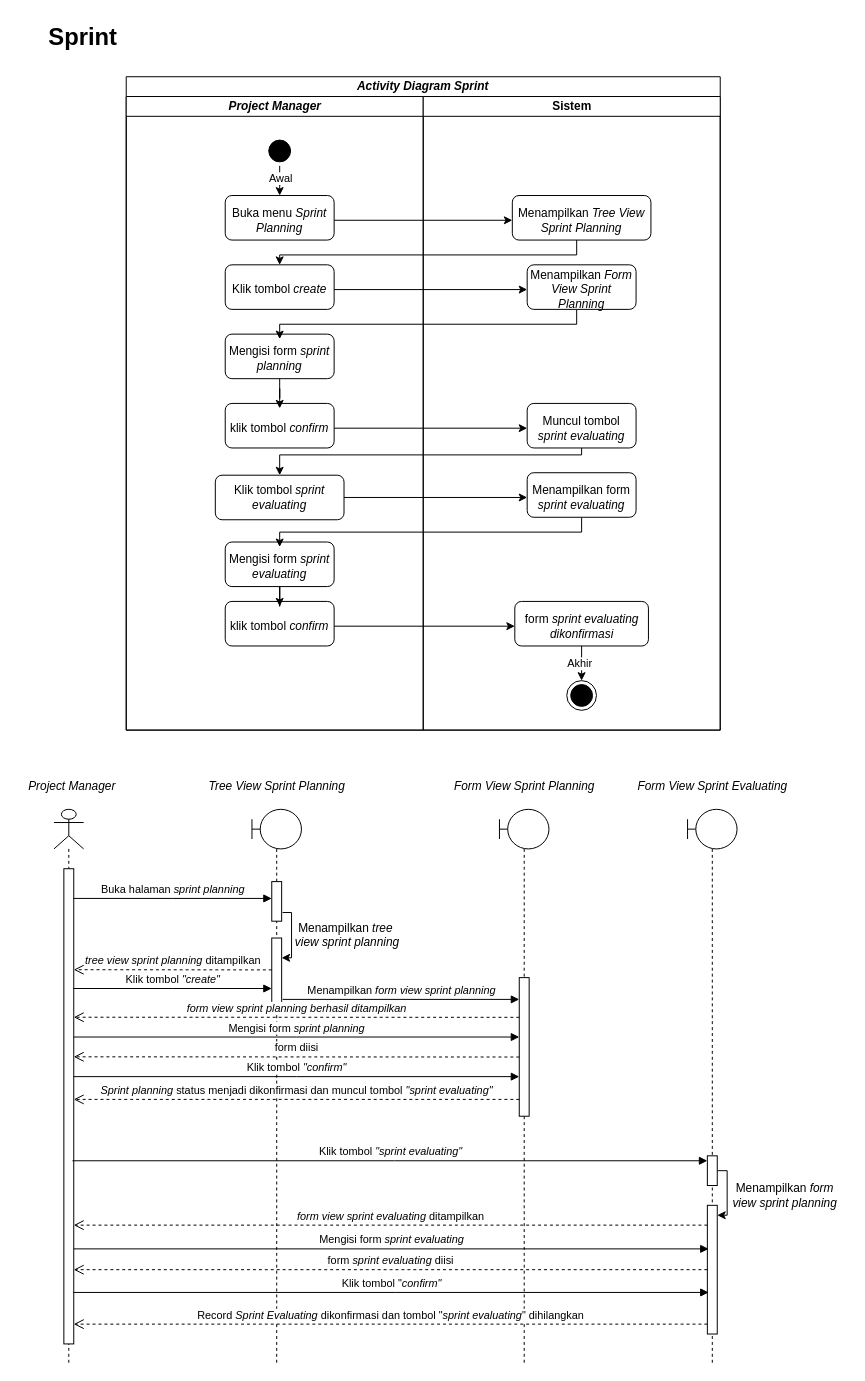
This is page "Halaman-4" (4 of 15) of Diagram Tanpa Judul.drawio from raldawiyahh/alda-resolusi, a draw.io file, before an edit. Source tidied: cells renumbered, new cells numbered last; positions are measured from the earlier drawing's top-left corner, leaving out a move shared by most shapes. Both pictures are drawn from the tidied source at 99%, with x=0, y=0 at pixel (17, 17).
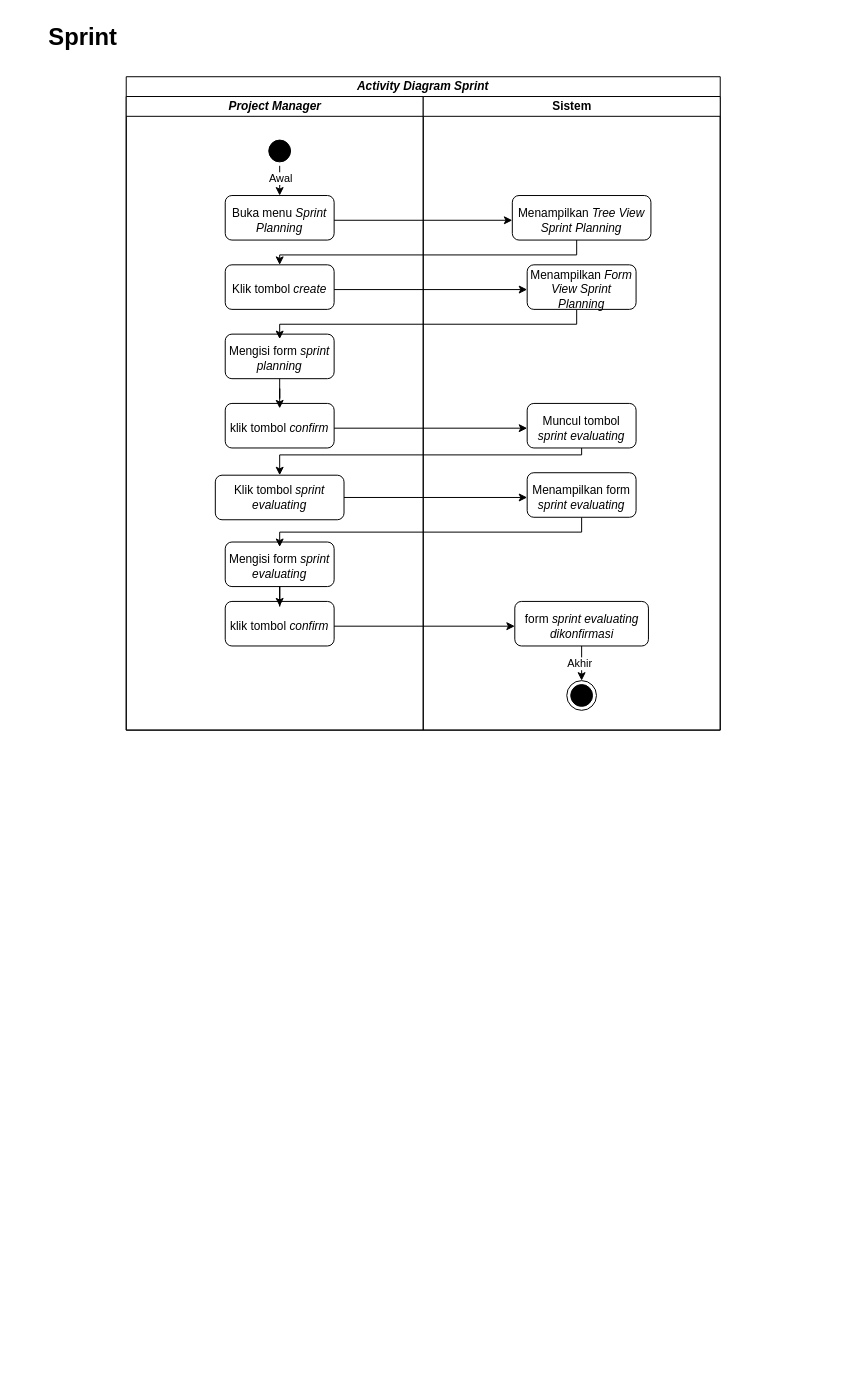
Above is the later version.

Diff of the diagram source:
```diff
@@
-    <mxCell id="58" style="shape=umlLifeline;perimeter=lifelinePerimeter;whiteSpace=wrap;html=1;newEdgeStyle={&quot;edgeStyle&quot;:&quot;elbowEdgeStyle&quot;,&quot;elbow&quot;:&quot;vertical&quot;,&quot;curved&quot;:0,&quot;rounded&quot;:0};participant=umlActor;" parent="1" vertex="1">
-      <mxGeometry x="37" y="800" width="30" height="560" as="geometry" />
-    </mxCell>
-    <mxCell id="59" style="html=1;points=[];perimeter=orthogonalPerimeter;outlineConnect=0;targetShapes=umlLifeline;portConstraint=eastwest;newEdgeStyle={&quot;edgeStyle&quot;:&quot;elbowEdgeStyle&quot;,&quot;elbow&quot;:&quot;vertical&quot;,&quot;curved&quot;:0,&quot;rounded&quot;:0};" parent="58" vertex="1">
-      <mxGeometry x="10" y="60" width="10" height="480" as="geometry" />
-    </mxCell>
-    <mxCell id="60" style="shape=umlLifeline;perimeter=lifelinePerimeter;whiteSpace=wrap;html=1;newEdgeStyle={&quot;edgeStyle&quot;:&quot;elbowEdgeStyle&quot;,&quot;elbow&quot;:&quot;vertical&quot;,&quot;curved&quot;:0,&quot;rounded&quot;:0};participant=umlBoundary;" parent="1" vertex="1">
-      <mxGeometry x="237" y="800" width="50" height="560" as="geometry" />
-    </mxCell>
-    <mxCell id="61" style="edgeStyle=elbowEdgeStyle;rounded=0;jettySize=auto;html=1;elbow=vertical;curved=0;exitX=1.094;exitY=0.781;exitDx=0;exitDy=0;exitPerimeter=0;" parent="60" edge="1" source="62" target="63">
-      <mxGeometry relative="1" as="geometry">
-        <Array as="points">
-          <mxPoint x="40" y="150" />
-          <mxPoint x="50" y="180" />
-          <mxPoint x="50" y="120" />
-        </Array>
-      </mxGeometry>
-    </mxCell>
-    <mxCell id="62" style="html=1;points=[];perimeter=orthogonalPerimeter;outlineConnect=0;targetShapes=umlLifeline;portConstraint=eastwest;newEdgeStyle={&quot;edgeStyle&quot;:&quot;elbowEdgeStyle&quot;,&quot;elbow&quot;:&quot;vertical&quot;,&quot;curved&quot;:0,&quot;rounded&quot;:0};" parent="60" vertex="1">
-      <mxGeometry x="20" y="73" width="10" height="40" as="geometry" />
-    </mxCell>
-    <mxCell id="63" style="html=1;points=[];perimeter=orthogonalPerimeter;outlineConnect=0;targetShapes=umlLifeline;portConstraint=eastwest;newEdgeStyle={&quot;edgeStyle&quot;:&quot;elbowEdgeStyle&quot;,&quot;elbow&quot;:&quot;vertical&quot;,&quot;curved&quot;:0,&quot;rounded&quot;:0};" parent="60" vertex="1">
-      <mxGeometry x="20" y="130" width="10" height="70" as="geometry" />
-    </mxCell>
-    <mxCell id="64" style="shape=umlLifeline;perimeter=lifelinePerimeter;whiteSpace=wrap;html=1;newEdgeStyle={&quot;edgeStyle&quot;:&quot;elbowEdgeStyle&quot;,&quot;elbow&quot;:&quot;vertical&quot;,&quot;curved&quot;:0,&quot;rounded&quot;:0};participant=umlBoundary;" parent="1" vertex="1">
-      <mxGeometry x="487" y="800" width="50" height="560" as="geometry" />
-    </mxCell>
-    <mxCell id="65" style="html=1;perimeter=orthogonalPerimeter;targetShapes=umlLifeline;newEdgeStyle={&quot;edgeStyle&quot;:&quot;elbowEdgeStyle&quot;,&quot;elbow&quot;:&quot;vertical&quot;,&quot;curved&quot;:0,&quot;rounded&quot;:0};" parent="64" vertex="1">
-      <mxGeometry x="20" y="170" width="10" height="140" as="geometry" />
-    </mxCell>
-    <mxCell id="66" style="shape=umlLifeline;perimeter=lifelinePerimeter;whiteSpace=wrap;html=1;newEdgeStyle={&quot;edgeStyle&quot;:&quot;elbowEdgeStyle&quot;,&quot;elbow&quot;:&quot;vertical&quot;,&quot;curved&quot;:0,&quot;rounded&quot;:0};participant=umlBoundary;" parent="1" vertex="1">
-      <mxGeometry x="677" y="800" width="50" height="560" as="geometry" />
-    </mxCell>
-    <mxCell id="67" style="edgeStyle=elbowEdgeStyle;rounded=0;jettySize=auto;html=1;elbow=vertical;curved=0;" parent="66" edge="1" source="68" target="69">
-      <mxGeometry relative="1" as="geometry">
-        <Array as="points">
-          <mxPoint x="40" y="410" />
-          <mxPoint x="40" y="390" />
-        </Array>
-      </mxGeometry>
-    </mxCell>
-    <mxCell id="68" style="html=1;points=[];perimeter=orthogonalPerimeter;outlineConnect=0;targetShapes=umlLifeline;portConstraint=eastwest;newEdgeStyle={&quot;edgeStyle&quot;:&quot;elbowEdgeStyle&quot;,&quot;elbow&quot;:&quot;vertical&quot;,&quot;curved&quot;:0,&quot;rounded&quot;:0};" parent="66" vertex="1">
-      <mxGeometry x="20" y="350" width="10" height="30" as="geometry" />
-    </mxCell>
-    <mxCell id="69" style="html=1;points=[];perimeter=orthogonalPerimeter;outlineConnect=0;targetShapes=umlLifeline;portConstraint=eastwest;newEdgeStyle={&quot;edgeStyle&quot;:&quot;elbowEdgeStyle&quot;,&quot;elbow&quot;:&quot;vertical&quot;,&quot;curved&quot;:0,&quot;rounded&quot;:0};" parent="66" vertex="1">
-      <mxGeometry x="20" y="400" width="10" height="130" as="geometry" />
-    </mxCell>
-    <mxCell id="70" value="&lt;i&gt;Project Manager&lt;/i&gt;" style="text;html=1;align=center;verticalAlign=middle;strokeColor=none;fillColor=none;" parent="1" vertex="1">
-      <mxGeometry y="762" width="110" height="30" as="geometry" />
-    </mxCell>
-    <mxCell id="71" value="&lt;i&gt;Tree View Sprint Planning&lt;br&gt;&lt;/i&gt;" style="text;html=1;align=center;verticalAlign=middle;strokeColor=none;fillColor=none;" parent="1" vertex="1">
-      <mxGeometry x="182" y="762" width="160" height="30" as="geometry" />
-    </mxCell>
-    <mxCell id="72" value="&lt;i&gt;Form View Sprint Planning&lt;/i&gt;" style="text;html=1;align=center;verticalAlign=middle;strokeColor=none;fillColor=none;" parent="1" vertex="1">
-      <mxGeometry x="432" y="762" width="160" height="30" as="geometry" />
-    </mxCell>
-    <mxCell id="73" value="&lt;i&gt;Form View Sprint Evaluating&lt;br&gt;&lt;/i&gt;" style="text;html=1;align=center;verticalAlign=middle;strokeColor=none;fillColor=none;" parent="1" vertex="1">
-      <mxGeometry x="617" y="762" width="170" height="30" as="geometry" />
-    </mxCell>
-    <mxCell id="74" value="Buka halaman &lt;i&gt;sprint planning&lt;/i&gt;" style="html=1;verticalAlign=bottom;endArrow=block;edgeStyle=elbowEdgeStyle;elbow=vertical;curved=0;rounded=0;" parent="1" edge="1" target="62">
-      <mxGeometry relative="1" as="geometry">
-        <mxPoint x="57" y="890" as="sourcePoint" />
-      </mxGeometry>
-    </mxCell>
-    <mxCell id="75" value="&lt;div&gt;Menampilkan &lt;i&gt;tree&amp;nbsp;&lt;/i&gt;&lt;/div&gt;&lt;div&gt;&lt;i&gt;view sprint planning&lt;/i&gt;&lt;/div&gt;" style="text;html=1;align=center;verticalAlign=middle;strokeColor=none;fillColor=none;" parent="1" vertex="1">
-      <mxGeometry x="268" y="907" width="130" height="40" as="geometry" />
-    </mxCell>
-    <mxCell id="76" value="Klik tombol&lt;i&gt; &quot;create&quot; &lt;/i&gt;" style="html=1;verticalAlign=bottom;endArrow=block;edgeStyle=elbowEdgeStyle;elbow=vertical;curved=0;rounded=0;" parent="1" edge="1">
-      <mxGeometry relative="1" as="geometry">
-        <mxPoint x="57" y="981" as="sourcePoint" />
-        <mxPoint x="257" y="981" as="targetPoint" />
-      </mxGeometry>
-    </mxCell>
-    <mxCell id="77" value="&lt;div&gt;Menampilkan &lt;i&gt;form view sprint planning&lt;/i&gt;&lt;/div&gt;" style="html=1;verticalAlign=bottom;endArrow=block;edgeStyle=elbowEdgeStyle;elbow=vertical;curved=0;rounded=0;" parent="1" edge="1">
-      <mxGeometry relative="1" as="geometry">
-        <mxPoint x="268" y="992" as="sourcePoint" />
-        <mxPoint x="507" y="992" as="targetPoint" />
-      </mxGeometry>
-    </mxCell>
-    <mxCell id="78" value="Mengisi form &lt;i&gt;sprint planning&lt;/i&gt;" style="html=1;verticalAlign=bottom;endArrow=block;edgeStyle=elbowEdgeStyle;elbow=horizontal;curved=0;rounded=0;" parent="1" edge="1">
-      <mxGeometry relative="1" as="geometry">
-        <mxPoint x="57" y="1030" as="sourcePoint" />
-        <mxPoint x="507" y="1030" as="targetPoint" />
-      </mxGeometry>
-    </mxCell>
-    <mxCell id="79" value="Klik tombol&lt;i&gt; &quot;confirm&quot;&lt;/i&gt;" style="html=1;verticalAlign=bottom;endArrow=block;edgeStyle=elbowEdgeStyle;elbow=horizontal;curved=0;rounded=0;" parent="1" edge="1">
-      <mxGeometry relative="1" as="geometry">
-        <mxPoint x="57" y="1070" as="sourcePoint" />
-        <mxPoint x="507" y="1070" as="targetPoint" />
-      </mxGeometry>
-    </mxCell>
-    <mxCell id="80" value="&lt;i&gt;Sprint planning &lt;/i&gt;status menjadi dikonfirmasi dan muncul tombol&lt;i&gt; &quot;sprint evaluating&quot;&lt;/i&gt;" style="html=1;verticalAlign=bottom;endArrow=open;dashed=1;endSize=8;edgeStyle=elbowEdgeStyle;elbow=vertical;curved=0;rounded=0;" parent="1" edge="1">
-      <mxGeometry relative="1" as="geometry">
-        <mxPoint x="507" y="1093" as="sourcePoint" />
-        <mxPoint x="57" y="1093.3" as="targetPoint" />
-      </mxGeometry>
-    </mxCell>
-    <mxCell id="81" value="Klik tombol&lt;i&gt; &quot;sprint evaluating&quot;&lt;/i&gt;" style="html=1;verticalAlign=bottom;endArrow=block;edgeStyle=elbowEdgeStyle;elbow=horizontal;curved=0;rounded=0;" parent="1" edge="1" target="68">
-      <mxGeometry relative="1" as="geometry">
-        <mxPoint x="55.7" y="1155" as="sourcePoint" />
-        <Array as="points">
-          <mxPoint x="381" y="1155" />
-        </Array>
-      </mxGeometry>
-    </mxCell>
-    <mxCell id="82" value="&lt;div&gt;Menampilkan &lt;i&gt;form &lt;br&gt;&lt;/i&gt;&lt;/div&gt;&lt;div&gt;&lt;i&gt;view sprint planning&lt;/i&gt;&lt;/div&gt;" style="text;html=1;align=center;verticalAlign=middle;strokeColor=none;fillColor=none;" parent="1" vertex="1">
-      <mxGeometry x="710" y="1170" width="130" height="40" as="geometry" />
-    </mxCell>
-    <mxCell id="83" value="Mengisi form &lt;i&gt;sprint evaluating&lt;/i&gt;" style="html=1;verticalAlign=bottom;endArrow=block;edgeStyle=elbowEdgeStyle;elbow=horizontal;curved=0;rounded=0;" parent="1" edge="1">
-      <mxGeometry relative="1" as="geometry">
-        <mxPoint x="57" y="1244" as="sourcePoint" />
-        <mxPoint x="698.3" y="1244" as="targetPoint" />
-        <Array as="points">
-          <mxPoint x="382.3" y="1244" />
-        </Array>
-      </mxGeometry>
-    </mxCell>
-    <mxCell id="84" value="Klik tombol &quot;&lt;i&gt;confirm&quot;&lt;/i&gt;" style="html=1;verticalAlign=bottom;endArrow=block;edgeStyle=elbowEdgeStyle;elbow=horizontal;curved=0;rounded=0;" parent="1" edge="1">
-      <mxGeometry relative="1" as="geometry">
-        <mxPoint x="57" y="1288" as="sourcePoint" />
-        <mxPoint x="698.3" y="1288" as="targetPoint" />
-        <Array as="points">
-          <mxPoint x="382.3" y="1288" />
-        </Array>
-      </mxGeometry>
-    </mxCell>
-    <mxCell id="85" value="Record &lt;i&gt;Sprint Evaluating &lt;/i&gt;dikonfirmasi dan tombol &quot;&lt;i&gt;sprint evaluating&lt;/i&gt;&quot; dihilangkan" style="html=1;verticalAlign=bottom;endArrow=open;dashed=1;endSize=8;edgeStyle=elbowEdgeStyle;elbow=vertical;curved=0;rounded=0;" parent="1" edge="1" target="59">
-      <mxGeometry relative="1" as="geometry">
-        <mxPoint x="697" y="1320" as="sourcePoint" />
-      </mxGeometry>
-    </mxCell>
-    <mxCell id="86" value="&lt;i&gt;tree view sprint planning&lt;/i&gt; ditampilkan" style="html=1;verticalAlign=bottom;endArrow=open;dashed=1;endSize=8;edgeStyle=elbowEdgeStyle;elbow=vertical;curved=0;rounded=0;" parent="1" edge="1">
-      <mxGeometry relative="1" as="geometry">
-        <mxPoint x="257" y="962.2" as="sourcePoint" />
-        <mxPoint x="57" y="962.3" as="targetPoint" />
-      </mxGeometry>
-    </mxCell>
-    <mxCell id="87" value="&lt;i&gt;form view sprint planning berhasil ditampilkan&lt;br&gt;&lt;/i&gt;" style="html=1;verticalAlign=bottom;endArrow=open;dashed=1;endSize=8;edgeStyle=elbowEdgeStyle;elbow=vertical;curved=0;rounded=0;" parent="1" edge="1">
-      <mxGeometry relative="1" as="geometry">
-        <mxPoint x="507" y="1010.1" as="sourcePoint" />
-        <mxPoint x="57" y="1010.1" as="targetPoint" />
-      </mxGeometry>
-    </mxCell>
-    <mxCell id="88" value="form diisi&lt;i&gt;&lt;br&gt;&lt;/i&gt;" style="html=1;verticalAlign=bottom;endArrow=open;dashed=1;endSize=8;edgeStyle=elbowEdgeStyle;elbow=vertical;curved=0;rounded=0;" parent="1" edge="1">
-      <mxGeometry relative="1" as="geometry">
-        <mxPoint x="507" y="1050.2" as="sourcePoint" />
-        <mxPoint x="57" y="1050.2" as="targetPoint" />
-      </mxGeometry>
-    </mxCell>
-    <mxCell id="89" value="&lt;i&gt;form view sprint evaluating&lt;/i&gt; ditampilkan" style="html=1;verticalAlign=bottom;endArrow=open;dashed=1;endSize=8;edgeStyle=elbowEdgeStyle;elbow=vertical;curved=0;rounded=0;" parent="1" edge="1">
-      <mxGeometry relative="1" as="geometry">
-        <mxPoint x="697" y="1220" as="sourcePoint" />
-        <mxPoint x="57" y="1220" as="targetPoint" />
-      </mxGeometry>
-    </mxCell>
-    <mxCell id="90" value="form &lt;i&gt;sprint evaluating &lt;/i&gt;diisi" style="html=1;verticalAlign=bottom;endArrow=open;dashed=1;endSize=8;edgeStyle=elbowEdgeStyle;elbow=vertical;curved=0;rounded=0;" parent="1" edge="1">
-      <mxGeometry relative="1" as="geometry">
-        <mxPoint x="697" y="1265" as="sourcePoint" />
-        <mxPoint x="57" y="1265" as="targetPoint" />
-      </mxGeometry>
-    </mxCell>
```
